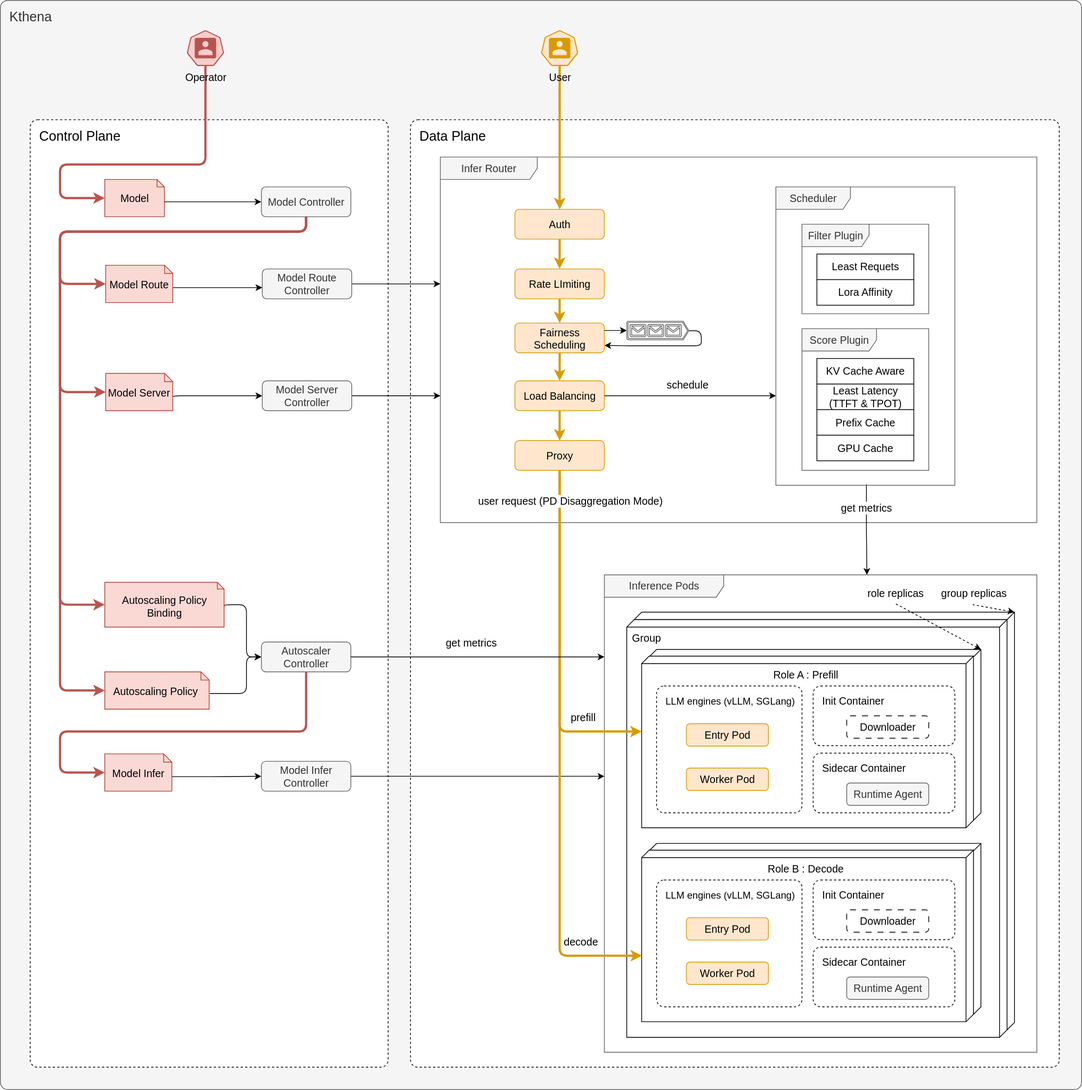
This is docs/kthena/static/img/diagrams/architecture/architecture_overview.svg from matrixinfer-ai/kthena, a draw.io export, as it was before one commit. Source tidied: cells renumbered, new cells last; positions are measured from the earlier drawing's top-left corner, leaving out a move shared by most shapes.
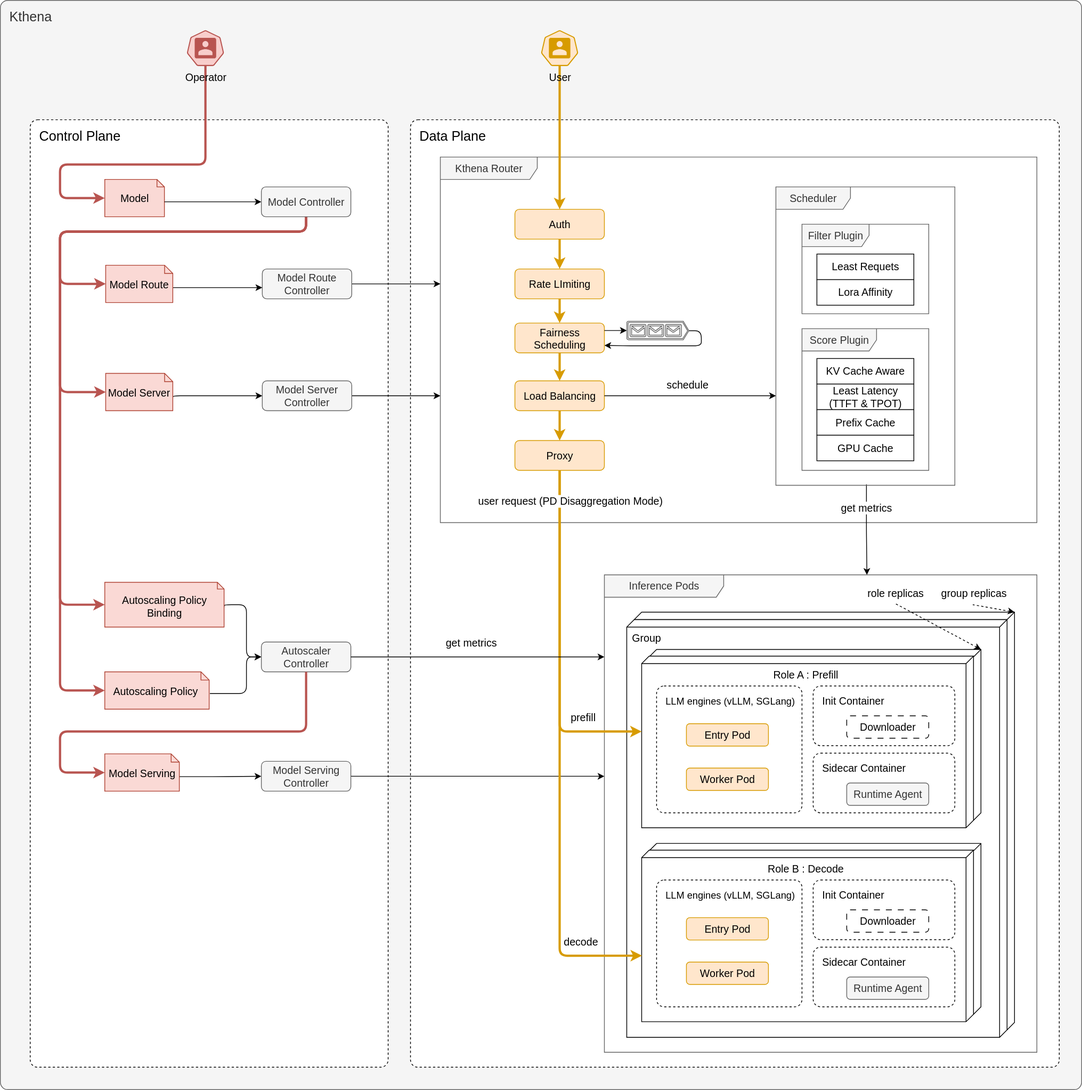
The same file after the commit.

Commit message:
arch diagram rename

What changed in the source:
```diff
@@ -11,7 +11,7 @@
     <mxCell id="4" value="&lt;font style=&quot;font-size: 18px;&quot;&gt;Control Plane&lt;/font&gt;" style="dashed=1;rounded=1;absoluteArcSize=1;arcSize=20;html=1;verticalAlign=top;align=left;spacingTop=5;spacingLeft=10;whiteSpace=wrap;fontSize=14;" parent="1" vertex="1">
       <mxGeometry x="40" y="160" width="480" height="1270" as="geometry" />
     </mxCell>
-    <mxCell id="5" value="Infer Router" style="shape=umlFrame;whiteSpace=wrap;html=1;width=130;fillStyle=solid;fillColor=#f5f5f5;fontColor=#333333;strokeColor=#666666;fontSize=14;height=30;rounded=1;" parent="1" vertex="1">
+    <mxCell id="5" value="Kthena Router" style="shape=umlFrame;whiteSpace=wrap;html=1;width=130;fillStyle=solid;fillColor=#f5f5f5;fontColor=#333333;strokeColor=#666666;fontSize=14;height=30;rounded=1;" parent="1" vertex="1">
       <mxGeometry x="590" y="210" width="800" height="490" as="geometry" />
     </mxCell>
     <mxCell id="6" value="Inference Pods" style="shape=umlFrame;whiteSpace=wrap;html=1;width=160;fillColor=#f5f5f5;fontColor=#333333;strokeColor=#666666;fontSize=14;rounded=1;" parent="1" vertex="1">
@@ -268,10 +268,10 @@
     <mxCell id="64" style="edgeStyle=orthogonalEdgeStyle;rounded=1;jettySize=auto;html=1;exitX=0;exitY=0;exitDx=90;exitDy=30.5;entryX=0;entryY=0.5;entryDx=0;entryDy=0;fontSize=14;exitPerimeter=0;" parent="1" edge="1" source="65" target="66">
       <mxGeometry relative="1" as="geometry" />
     </mxCell>
-    <mxCell id="65" value="Model Infer" style="shape=note2;boundedLbl=1;whiteSpace=wrap;html=1;size=11;verticalAlign=top;align=center;fillColor=#fad9d5;strokeColor=#ae4132;fontSize=14;fontColor=#000000;rounded=1;" parent="1" vertex="1">
-      <mxGeometry x="140" y="1010" width="90" height="50" as="geometry" />
+    <mxCell id="65" value="Model Serving" style="shape=note2;boundedLbl=1;whiteSpace=wrap;html=1;size=11;verticalAlign=top;align=center;fillColor=#fad9d5;strokeColor=#ae4132;fontSize=14;fontColor=#000000;rounded=1;" parent="1" vertex="1">
+      <mxGeometry x="140" y="1010" width="100" height="50" as="geometry" />
     </mxCell>
-    <mxCell id="66" value="Model Infer Controller" style="fontStyle=0;html=1;whiteSpace=wrap;fontSize=14;fillColor=#f5f5f5;strokeColor=#666666;fontColor=#333333;rounded=1;" parent="1" vertex="1">
+    <mxCell id="66" value="Model Serving Controller" style="fontStyle=0;html=1;whiteSpace=wrap;fontSize=14;fillColor=#f5f5f5;strokeColor=#666666;fontColor=#333333;rounded=1;" parent="1" vertex="1">
       <mxGeometry x="350" y="1020" width="120" height="40" as="geometry" />
     </mxCell>
     <mxCell id="67" value="Model Server Controller" style="fontStyle=0;html=1;whiteSpace=wrap;fontSize=14;fillColor=#f5f5f5;strokeColor=#666666;fontColor=#333333;rounded=1;" parent="1" vertex="1">
```
